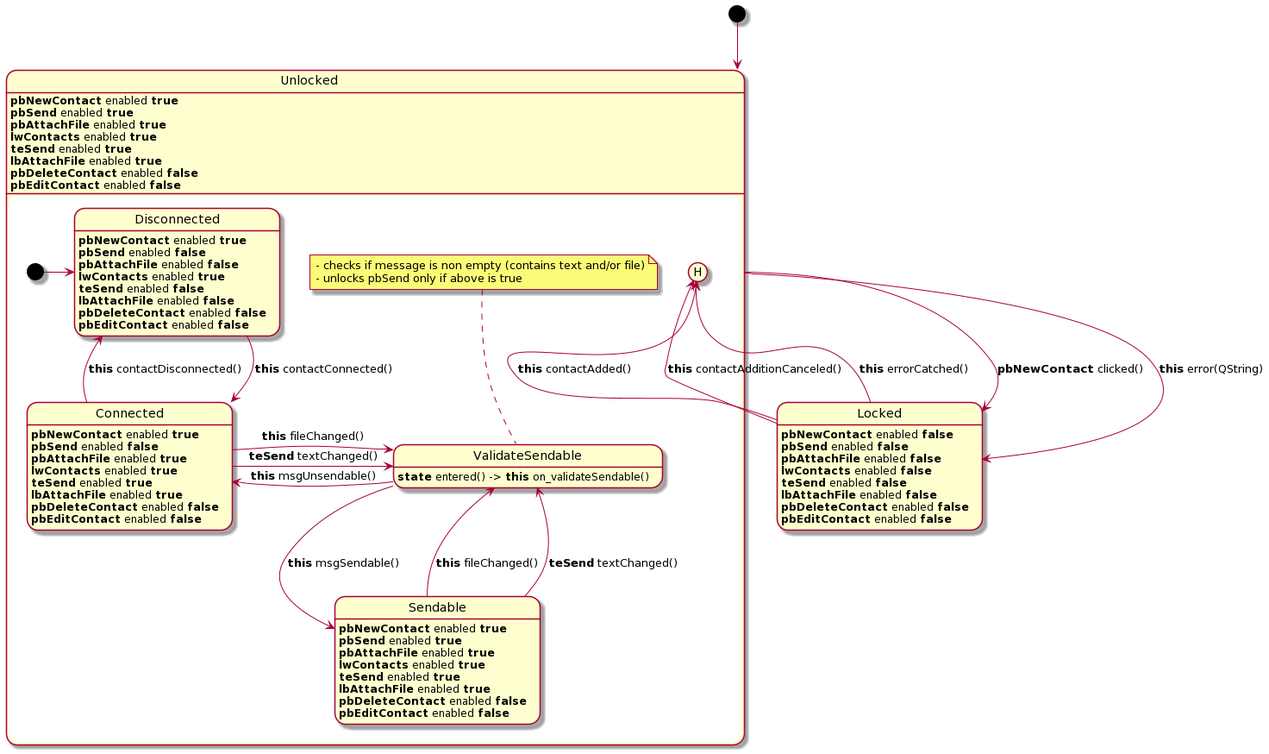
Before: StateMachineUML.png, a diagram exported from PlantUML (sadowicz/p2p_communicator). The source it was exported from:
```plantuml
@startuml
state Unlocked {

    [*] -> Disconnected

    Unlocked : <b>pbNewContact</b> enabled <b>true</b>
    Unlocked : <b>pbSend</b> enabled <b>true</b>
    Unlocked : <b>pbAttachFile</b> enabled <b>true</b>
    Unlocked : <b>lwContacts</b> enabled <b>true</b>
    Unlocked : <b>teSend</b> enabled <b>true</b>
    Unlocked : <b>lbAttachFile</b> enabled <b>true</b>
    Unlocked : <b>pbDeleteContact</b> enabled <b>false</b>
    Unlocked : <b>pbEditContact</b> enabled <b>false</b>

    state Disconnected {

        Disconnected : <b>pbNewContact</b> enabled <b>true</b>
        Disconnected : <b>pbSend</b> enabled <b>false</b>
        Disconnected : <b>pbAttachFile</b> enabled <b>false</b>
        Disconnected : <b>lwContacts</b> enabled <b>true</b>
        Disconnected : <b>teSend</b> enabled <b>false</b>
        Disconnected : <b>lbAttachFile</b> enabled <b>false</b>
        Disconnected : <b>pbDeleteContact</b> enabled <b>false</b>
        Disconnected : <b>pbEditContact</b> enabled <b>false</b>
    }

    state Connected {

        Connected : <b>pbNewContact</b> enabled <b>true</b>
        Connected : <b>pbSend</b> enabled <b>false</b>
        Connected : <b>pbAttachFile</b> enabled <b>true</b>
        Connected : <b>lwContacts</b> enabled <b>true</b>
        Connected : <b>teSend</b> enabled <b>true</b>
        Connected : <b>lbAttachFile</b> enabled <b>true</b>
        Connected : <b>pbDeleteContact</b> enabled <b>false</b>
        Connected : <b>pbEditContact</b> enabled <b>false</b>
    }

    state ValidateSendable {

        ValidateSendable: <b>state</b> entered() -> <b>this</b> on_validateSendable()
    }

    state Sendable {

        Sendable : <b>pbNewContact</b> enabled <b>true</b>
        Sendable : <b>pbSend</b> enabled <b>true</b>
        Sendable : <b>pbAttachFile</b> enabled <b>true</b>
        Sendable : <b>lwContacts</b> enabled <b>true</b>
        Sendable : <b>teSend</b> enabled <b>true</b>
        Sendable : <b>lbAttachFile</b> enabled <b>true</b>
        Sendable : <b>pbDeleteContact</b> enabled <b>false</b>
        Sendable : <b>pbEditContact</b> enabled <b>false</b>
    }

    note top of ValidateSendable
        - checks if message is non empty (contains text and/or file)
        - unlocks pbSend only if above is true
    end note

    Locked -up-> [H] : <b>this</b> contactAdded()
    Locked -up-> [H] : <b>this</b> contactAdditionCanceled()
    Locked -up-> [H] : <b>this</b> errorCatched()

    Disconnected -down-> Connected : <b>this</b> contactConnected()

    Connected -up-> Disconnected : <b>this</b> contactDisconnected()
    Connected -right-> ValidateSendable : <b>teSend</b> textChanged()
    Connected -right-> ValidateSendable : <b>this</b> fileChanged()

    ValidateSendable -down-> Sendable : <b>this</b> msgSendable()
    ValidateSendable -left-> Connected : <b>this</b> msgUnsendable()

    Sendable -up-> ValidateSendable : <b>this</b> fileChanged()
    Sendable -up-> ValidateSendable : <b>teSend</b> textChanged()
}

state Locked {

    Locked : <b>pbNewContact</b> enabled <b>false</b>
    Locked : <b>pbSend</b> enabled <b>false</b>
    Locked : <b>pbAttachFile</b> enabled <b>false</b>
    Locked : <b>lwContacts</b> enabled <b>false</b>
    Locked : <b>teSend</b> enabled <b>false</b>
    Locked : <b>lbAttachFile</b> enabled <b>false</b>
    Locked : <b>pbDeleteContact</b> enabled <b>false</b>
    Locked : <b>pbEditContact</b> enabled <b>false</b>
}

[*] --> Unlocked
Unlocked -down-> Locked : <b>pbNewContact</b> clicked()
Unlocked -down-> Locked : <b>this</b> error(QString)
@enduml
```
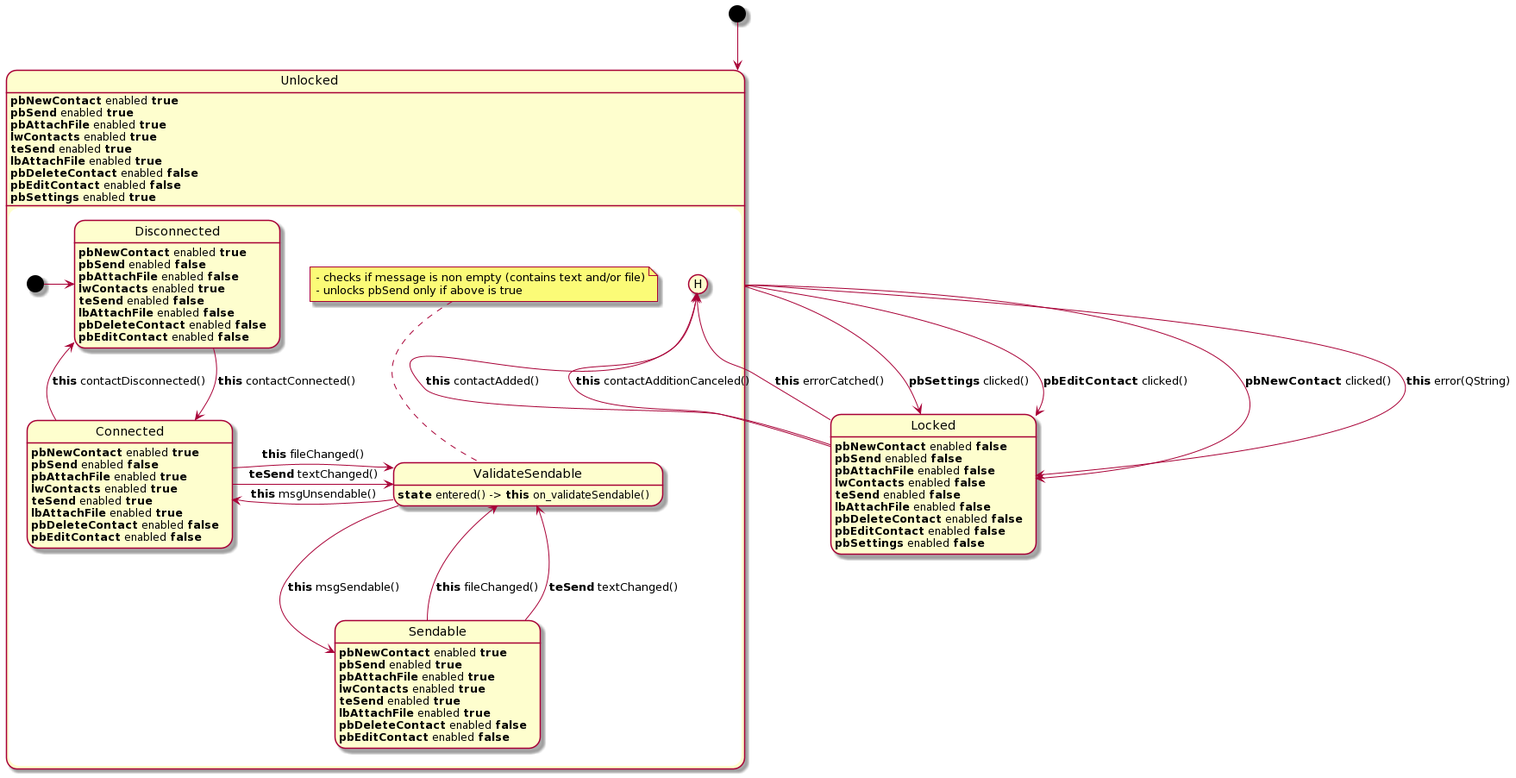
The same diagram one commit later.

Commit message:
UML Diagram update

Diff of the diagram source:
```diff
@@ -11,6 +11,7 @@
     Unlocked : <b>lbAttachFile</b> enabled <b>true</b>
     Unlocked : <b>pbDeleteContact</b> enabled <b>false</b>
     Unlocked : <b>pbEditContact</b> enabled <b>false</b>
+    Unlocked : <b>pbSettings</b> enabled <b>true</b>
 
     state Disconnected {
 
@@ -85,9 +86,12 @@
     Locked : <b>lbAttachFile</b> enabled <b>false</b>
     Locked : <b>pbDeleteContact</b> enabled <b>false</b>
     Locked : <b>pbEditContact</b> enabled <b>false</b>
+    Locked : <b>pbSettings</b> enabled <b>false</b>
 }
 
 [*] --> Unlocked
 Unlocked -down-> Locked : <b>pbNewContact</b> clicked()
 Unlocked -down-> Locked : <b>this</b> error(QString)
+Unlocked -down-> Locked : <b>pbSettings</b> clicked()
+Unlocked -down-> Locked : <b>pbEditContact</b> clicked()
 @enduml
```
